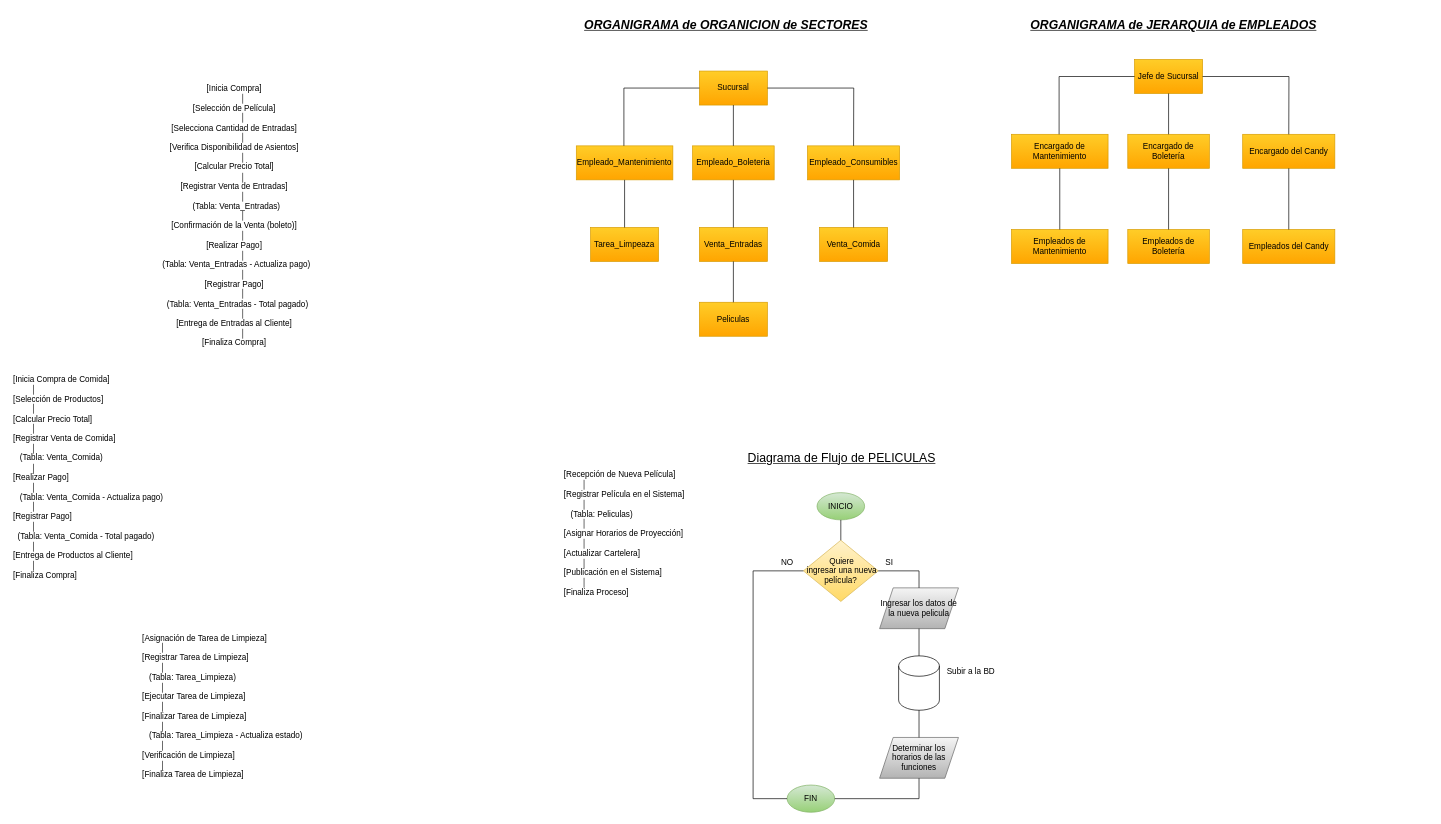
Earlier version of the draw.io diagram ORGANIGRAMA.drawio (NahuelLV/Base-de-Datos). Source tidied: cells renumbered, new cells numbered last; positions are measured from the earlier drawing's top-left corner, leaving out a move shared by most shapes. Both pictures are drawn from the tidied source at 68%, with x=0, y=0 at pixel (12, 12).
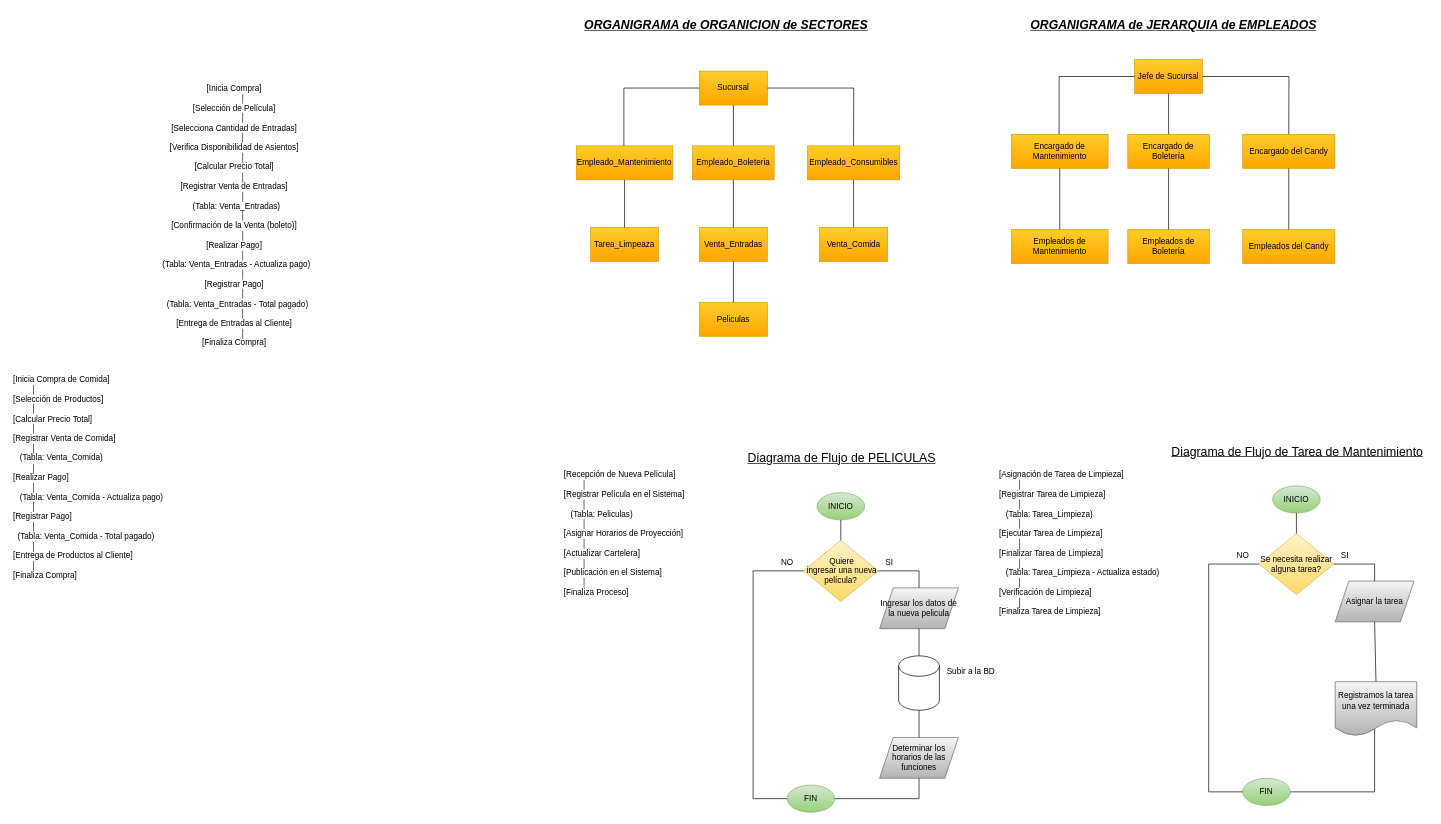
The same page after the edit.

The edit, as a diff of the source:
```diff
@@
     <mxCell id="34" value="[Asignación de Tarea de Limpieza]  &#10;        │  &#10;[Registrar Tarea de Limpieza]  &#10;        │  &#10;   (Tabla: Tarea_Limpieza)  &#10;        │  &#10;[Ejecutar Tarea de Limpieza]  &#10;        │  &#10;[Finalizar Tarea de Limpieza]  &#10;        │  &#10;   (Tabla: Tarea_Limpieza - Actualiza estado)  &#10;        │  &#10;[Verificación de Limpieza]  &#10;        │  &#10;[Finaliza Tarea de Limpieza]" style="text;whiteSpace=wrap;" parent="1" vertex="1">
-      <mxGeometry x="190" y="907" width="280" height="240" as="geometry" />
+      <mxGeometry x="1450" y="667" width="280" height="240" as="geometry" />
     </mxCell>
@@
+    <mxCell id="52" value="&lt;font style=&quot;font-size: 18px;&quot;&gt;&lt;u&gt;Diagrama de Flujo de Tarea de Mantenimiento&lt;/u&gt;&lt;/font&gt;" style="text;html=1;align=center;verticalAlign=middle;strokeColor=none;fillColor=none;" parent="1" vertex="1">
+      <mxGeometry x="1695" y="627" width="390" height="40" as="geometry" />
+    </mxCell>
+    <mxCell id="53" value="INICIO" style="ellipse;whiteSpace=wrap;html=1;fillColor=#d5e8d4;gradientColor=#97d077;strokeColor=#82b366;" parent="1" vertex="1">
+      <mxGeometry x="1854" y="697" width="70" height="40" as="geometry" />
+    </mxCell>
+    <mxCell id="54" value="Se necesita realizar alguna tarea?" style="rhombus;whiteSpace=wrap;html=1;fillColor=#fff2cc;gradientColor=#ffd966;strokeColor=#d6b656;" parent="1" vertex="1">
+      <mxGeometry x="1834" y="767" width="110" height="90" as="geometry" />
+    </mxCell>
+    <mxCell id="55" style="endArrow=none;html=1;rounded=0;entryX=0.5;entryY=1;entryDx=0;entryDy=0;exitX=0.5;exitY=0;exitDx=0;exitDy=0;" parent="1" edge="1" source="54" target="53">
+      <mxGeometry relative="1" as="geometry" />
+    </mxCell>
+    <mxCell id="56" value="FIN" style="ellipse;whiteSpace=wrap;html=1;fillColor=#d5e8d4;gradientColor=#97d077;strokeColor=#82b366;" parent="1" vertex="1">
+      <mxGeometry x="1810" y="1127" width="70" height="40" as="geometry" />
+    </mxCell>
+    <mxCell id="57" style="endArrow=none;html=1;rounded=0;entryX=0;entryY=0.5;entryDx=0;entryDy=0;exitX=0;exitY=0.5;exitDx=0;exitDy=0;" parent="1" edge="1" source="56" target="54">
+      <mxGeometry relative="1" as="geometry">
+        <Array as="points">
+          <mxPoint x="1760" y="1147" />
+          <mxPoint x="1760" y="812" />
+        </Array>
+      </mxGeometry>
+    </mxCell>
+    <mxCell id="58" value="NO" style="text;html=1;align=center;verticalAlign=middle;strokeColor=none;fillColor=none;" parent="1" vertex="1">
+      <mxGeometry x="1790" y="785" width="40" height="30" as="geometry" />
+    </mxCell>
+    <mxCell id="59" value="SI" style="text;html=1;align=center;verticalAlign=middle;strokeColor=none;fillColor=none;" parent="1" vertex="1">
+      <mxGeometry x="1945" y="785" width="30" height="30" as="geometry" />
+    </mxCell>
+    <mxCell id="60" value="Asignar la tarea" style="shape=parallelogram;perimeter=parallelogramPerimeter;whiteSpace=wrap;html=1;fixedSize=1;fillColor=#f5f5f5;gradientColor=#b3b3b3;strokeColor=#666666;" parent="1" vertex="1">
+      <mxGeometry x="1946" y="837" width="116" height="60" as="geometry" />
+    </mxCell>
+    <mxCell id="61" style="endArrow=none;html=1;rounded=0;entryX=1;entryY=0.5;entryDx=0;entryDy=0;exitX=0.5;exitY=0;exitDx=0;exitDy=0;" parent="1" edge="1" source="60" target="54">
+      <mxGeometry relative="1" as="geometry">
+        <Array as="points">
+          <mxPoint x="2004" y="812" />
+        </Array>
+      </mxGeometry>
+    </mxCell>
+    <mxCell id="62" style="endArrow=none;html=1;rounded=0;entryX=0.5;entryY=1;entryDx=0;entryDy=0;exitX=0.5;exitY=0;exitDx=0;exitDy=0;" parent="1" edge="1" source="64" target="60">
+      <mxGeometry relative="1" as="geometry" />
+    </mxCell>
+    <mxCell id="63" style="endArrow=none;html=1;rounded=0;entryX=0.483;entryY=0.775;entryDx=0;entryDy=0;exitX=1;exitY=0.5;exitDx=0;exitDy=0;entryPerimeter=0;" parent="1" edge="1" source="56" target="64">
+      <mxGeometry relative="1" as="geometry">
+        <Array as="points">
+          <mxPoint x="2004" y="1147" />
+        </Array>
+      </mxGeometry>
+    </mxCell>
+    <mxCell id="64" value="Registramos la tarea una vez terminada" style="shape=document;whiteSpace=wrap;html=1;boundedLbl=1;fillColor=#f5f5f5;gradientColor=#b3b3b3;strokeColor=#666666;" parent="1" vertex="1">
+      <mxGeometry x="1946" y="985" width="120" height="80" as="geometry" />
+    </mxCell>
```
